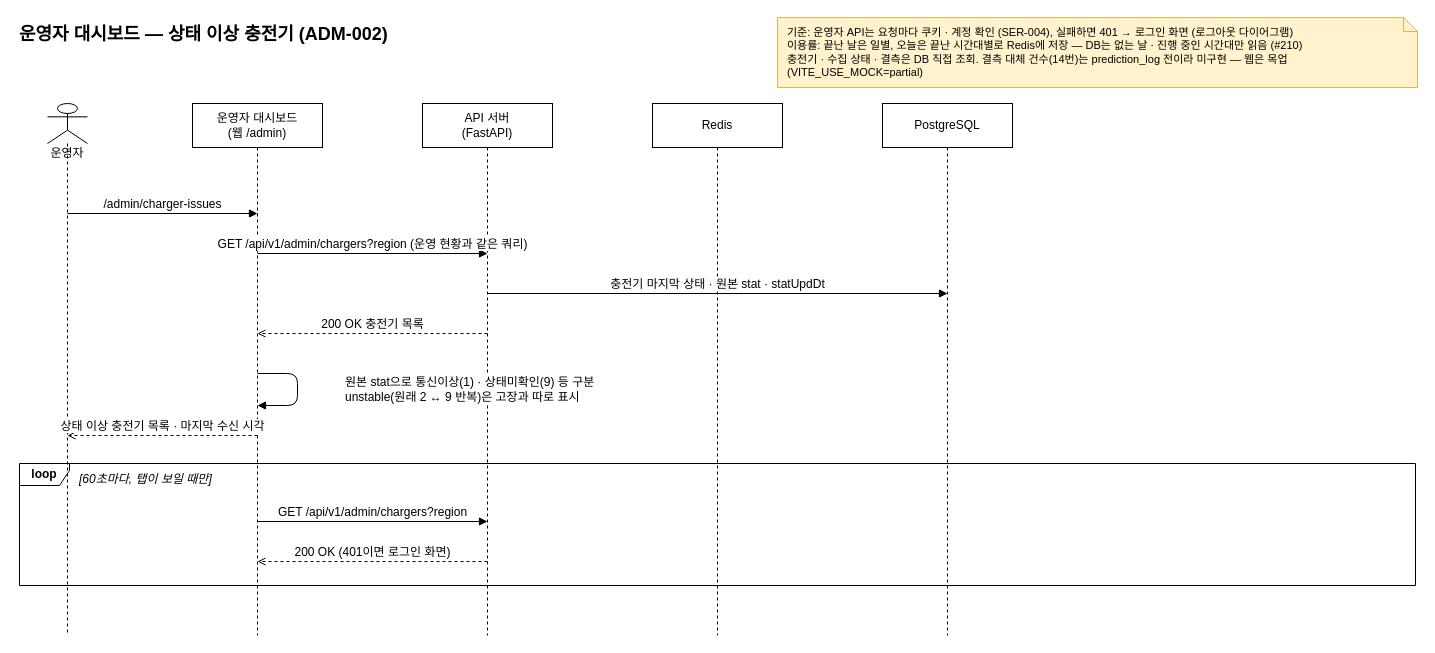
Before: page "상태 이상 충전기" (2 of 3) of docs/diagrams_new/sequence-운영자 대시보드 조회.drawio in 2026-Capstone4/ev-flow, a draw.io diagram. Source tidied: cells renumbered, new cells numbered last; positions are measured from the earlier drawing's top-left corner, leaving out a move shared by most shapes. Both pictures are drawn from the tidied source at 100%, with x=0, y=0 at pixel (17, 17).
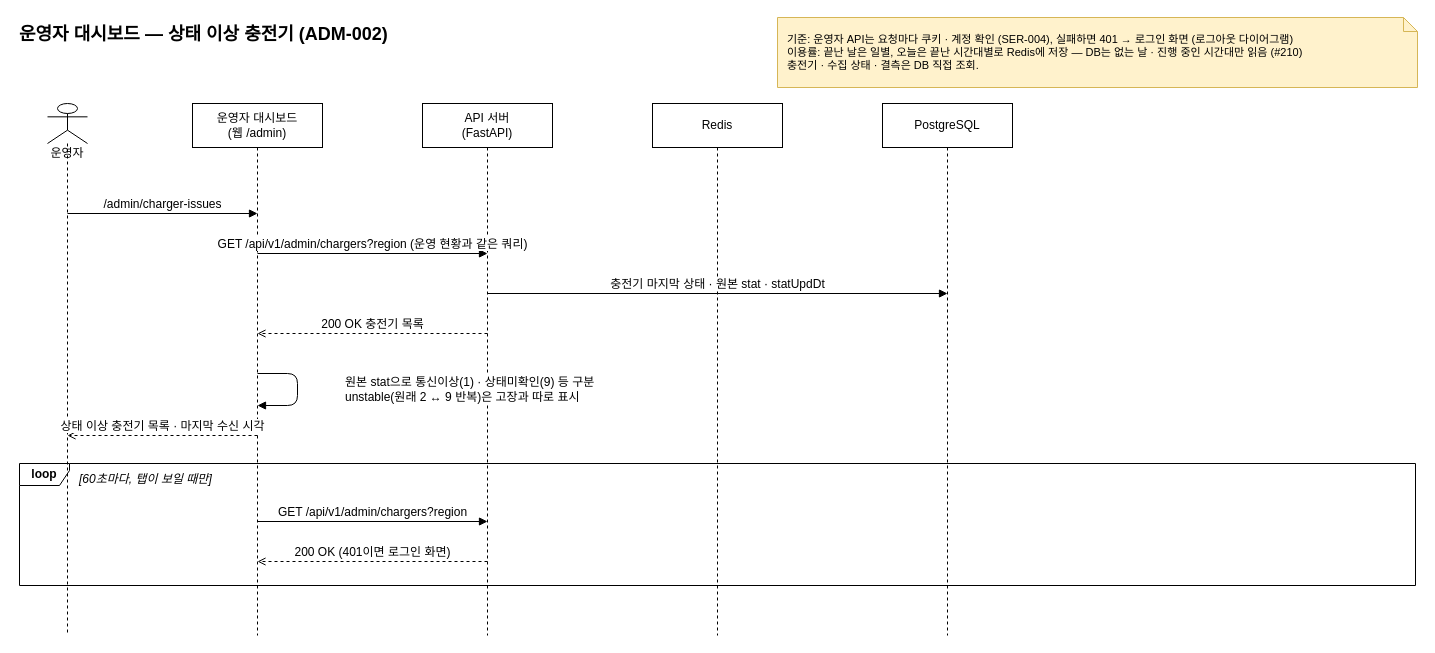
The same diagram, later.

What changed in the source:
```diff
@@
-    <mxCell id="9" value="기준: 운영자 API는 요청마다 쿠키 · 계정 확인 (SER-004), 실패하면 401 → 로그인 화면 (로그아웃 다이어그램)&lt;br&gt;이용률: 끝난 날은 일별, 오늘은 끝난 시간대별로 Redis에 저장 — DB는 없는 날 · 진행 중인 시간대만 읽음 (#210)&lt;br&gt;충전기 · 수집 상태 · 결측은 DB 직접 조회. 결측 대체 건수(14번)는 prediction_log 전이라 미구현 — 웹은 목업(VITE_USE_MOCK=partial)" style="shape=note;whiteSpace=wrap;html=1;size=14;align=left;spacingLeft=8;fillColor=#fff2cc;strokeColor=#d6b656;fontFamily=Pretendard;fontSize=11;" parent="1" vertex="1">
+    <mxCell id="9" value="기준: 운영자 API는 요청마다 쿠키 · 계정 확인 (SER-004), 실패하면 401 → 로그인 화면 (로그아웃 다이어그램)&lt;br&gt;이용률: 끝난 날은 일별, 오늘은 끝난 시간대별로 Redis에 저장 — DB는 없는 날 · 진행 중인 시간대만 읽음 (#210)&lt;br&gt;충전기 · 수집 상태 · 결측은 DB 직접 조회." style="shape=note;whiteSpace=wrap;html=1;size=14;align=left;spacingLeft=8;fillColor=#fff2cc;strokeColor=#d6b656;fontFamily=Pretendard;fontSize=11;" parent="1" vertex="1">
       <mxGeometry x="760" width="640" height="70" as="geometry" />
     </mxCell>
```
